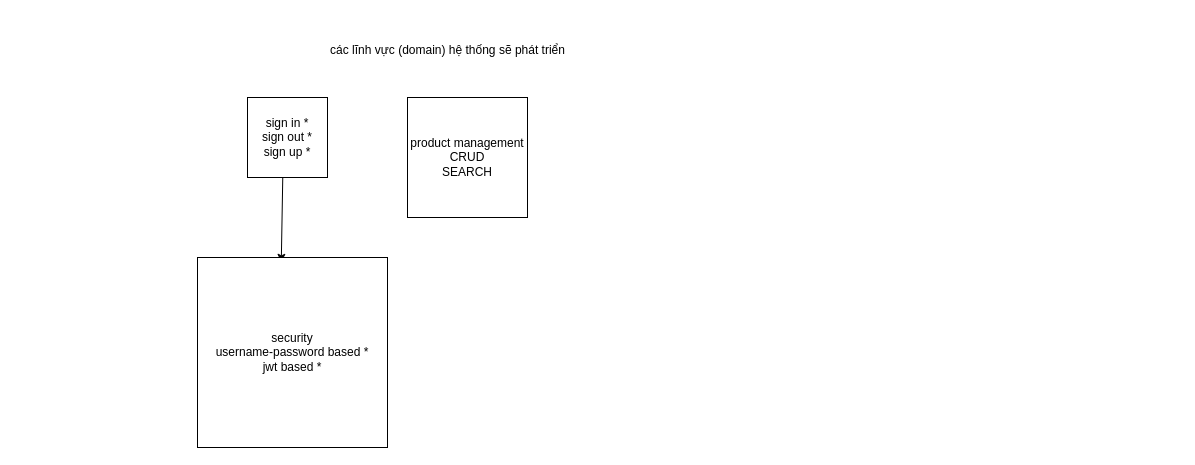
The draw.io diagram Untitled Diagram.drawio in MingChenCodeLab/diagram, before the edit. Source tidied: cells renumbered, new cells numbered last; positions are measured from the earlier drawing's top-left corner, leaving out a move shared by most shapes. Both pictures are drawn from the tidied source at 100%, with x=0, y=0 at pixel (197, 35).
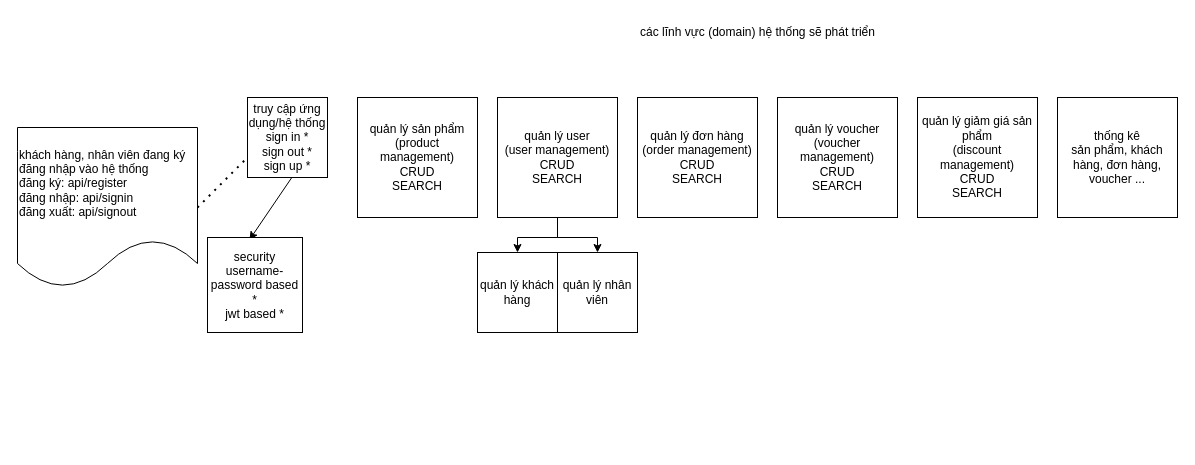
The same page after the edit.

What changed in the source:
```diff
@@
 <mxGraphModel>
   <root>
     <mxCell id="0" />
     <mxCell id="1" parent="0" />
     <mxCell id="2" value="các lĩnh vực (domain) hệ thống sẽ phát triển" style="text;html=1;align=center;verticalAlign=middle;strokeColor=none;fillColor=none;" parent="1" vertex="1">
-      <mxGeometry x="120" width="260" height="30" as="geometry" />
+      <mxGeometry x="430" y="-18" width="260" height="30" as="geometry" />
     </mxCell>
-    <mxCell id="3" value="&lt;div&gt;sign in *&lt;/div&gt;&lt;div&gt;sign out *&lt;/div&gt;&lt;div&gt;sign up *&lt;/div&gt;" style="whiteSpace=wrap;html=1;" parent="1" vertex="1">
+    <mxCell id="3" value="&lt;div&gt;truy cập ứng dụng/hệ thống&lt;br&gt;sign in *&lt;/div&gt;&lt;div&gt;sign out *&lt;/div&gt;&lt;div&gt;sign up *&lt;/div&gt;" style="whiteSpace=wrap;html=1;" parent="1" vertex="1">
       <mxGeometry x="50" y="62" width="80" height="80" as="geometry" />
     </mxCell>
-    <mxCell id="4" value="product management&lt;br&gt;CRUD&lt;br&gt;SEARCH" style="whiteSpace=wrap;html=1;" parent="1" vertex="1">
-      <mxGeometry x="210" y="62" width="120" height="120" as="geometry" />
+    <mxCell id="4" value="quản lý sản phẩm&lt;br&gt;(product management)&lt;br&gt;CRUD&lt;br&gt;SEARCH" style="whiteSpace=wrap;html=1;" parent="1" vertex="1">
+      <mxGeometry x="160" y="62" width="120" height="120" as="geometry" />
     </mxCell>
-    <mxCell id="5" style="endArrow=classic;html=1;rounded=0;exitX=0.441;exitY=0.994;exitDx=0;exitDy=0;exitPerimeter=0;entryX=0.441;entryY=0.025;entryDx=0;entryDy=0;entryPerimeter=0;" parent="1" edge="1" source="3" target="6">
+    <mxCell id="5" style="endArrow=classic;html=1;rounded=0;exitX=0.558;exitY=0.994;exitDx=0;exitDy=0;entryX=0.441;entryY=0.025;entryDx=0;entryDy=0;entryPerimeter=0;exitPerimeter=0;" parent="1" edge="1" source="3" target="6">
       <mxGeometry relative="1" as="geometry" />
     </mxCell>
     <mxCell id="6" value="security&lt;br&gt;username-password based *&lt;br&gt;jwt based *" style="whiteSpace=wrap;html=1;" parent="1" vertex="1">
-      <mxGeometry y="222" width="190" height="190" as="geometry" />
+      <mxGeometry x="10" y="202" width="95" height="95" as="geometry" />
     </mxCell>
+    <mxCell id="7" value="khách hàng, nhân viên đang ký đăng nhập vào hệ thống&lt;br&gt;đăng ký: api/register&lt;br&gt;đăng nhập: api/signin&lt;br&gt;đăng xuất: api/signout" style="shape=document;whiteSpace=wrap;html=1;boundedLbl=1;align=left;" parent="1" vertex="1">
+      <mxGeometry x="-180" y="92" width="180" height="160" as="geometry" />
+    </mxCell>
+    <mxCell id="8" style="endArrow=none;dashed=1;html=1;dashPattern=1 3;strokeWidth=2;rounded=0;exitX=1;exitY=0.5;exitDx=0;exitDy=0;entryX=0;entryY=0.75;entryDx=0;entryDy=0;" parent="1" edge="1" source="7" target="3">
+      <mxGeometry relative="1" as="geometry" />
+    </mxCell>
+    <mxCell id="9" style="edgeStyle=orthogonalEdgeStyle;rounded=0;jettySize=auto;html=1;entryX=0.5;entryY=0;entryDx=0;entryDy=0;" parent="1" edge="1" source="11" target="16">
+      <mxGeometry relative="1" as="geometry" />
+    </mxCell>
+    <mxCell id="10" style="edgeStyle=orthogonalEdgeStyle;rounded=0;jettySize=auto;html=1;entryX=0.5;entryY=0;entryDx=0;entryDy=0;" parent="1" edge="1" source="11" target="17">
+      <mxGeometry relative="1" as="geometry" />
+    </mxCell>
+    <mxCell id="11" value="quản lý user&lt;br&gt;(user management)&lt;br&gt;CRUD&lt;br&gt;SEARCH" style="whiteSpace=wrap;html=1;" parent="1" vertex="1">
+      <mxGeometry x="300" y="62" width="120" height="120" as="geometry" />
+    </mxCell>
+    <mxCell id="12" value="quản lý đơn hàng&lt;br&gt;(order management)&lt;br&gt;CRUD&lt;br&gt;SEARCH" style="whiteSpace=wrap;html=1;" parent="1" vertex="1">
+      <mxGeometry x="440" y="62" width="120" height="120" as="geometry" />
+    </mxCell>
+    <mxCell id="13" value="quản lý voucher&lt;br&gt;(voucher management)&lt;br&gt;CRUD&lt;br&gt;SEARCH" style="whiteSpace=wrap;html=1;" parent="1" vertex="1">
+      <mxGeometry x="580" y="62" width="120" height="120" as="geometry" />
+    </mxCell>
+    <mxCell id="14" value="quản lý giảm giá sản phẩm&lt;br&gt;(discount management)&lt;br&gt;CRUD&lt;br&gt;SEARCH" style="whiteSpace=wrap;html=1;" parent="1" vertex="1">
+      <mxGeometry x="720" y="62" width="120" height="120" as="geometry" />
+    </mxCell>
+    <mxCell id="15" value="thống kê&lt;br&gt;sản phẩm, khách hàng, đơn hàng, voucher ..." style="whiteSpace=wrap;html=1;" parent="1" vertex="1">
+      <mxGeometry x="860" y="62" width="120" height="120" as="geometry" />
+    </mxCell>
+    <mxCell id="16" value="quản lý khách hàng" style="whiteSpace=wrap;html=1;" parent="1" vertex="1">
+      <mxGeometry x="280" y="217" width="80" height="80" as="geometry" />
+    </mxCell>
+    <mxCell id="17" value="quản lý nhân viên" style="whiteSpace=wrap;html=1;" parent="1" vertex="1">
+      <mxGeometry x="360" y="217" width="80" height="80" as="geometry" />
+    </mxCell>
   </root>
 </mxGraphModel>
```
